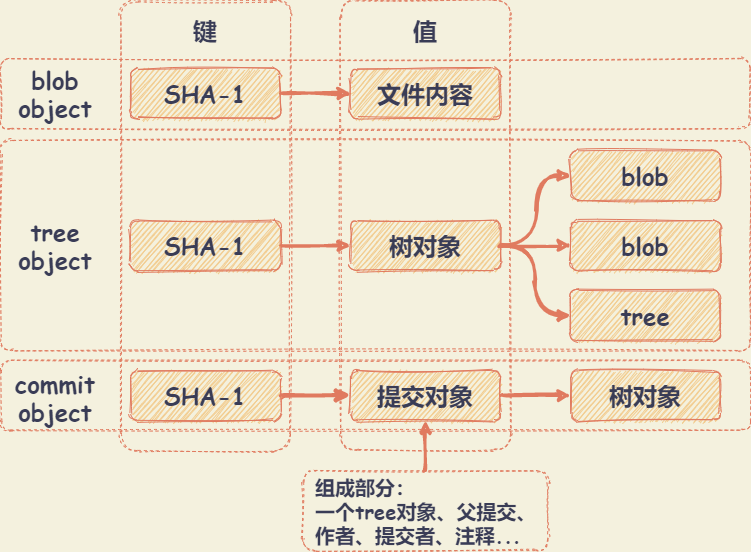
The draw.io diagram docs/git/files/images/gitobject.drawio.png in lrh21g/blogs, before a commit. Source tidied: cells renumbered, new cells last; positions are measured from the earlier drawing's top-left corner, leaving out a move shared by most shapes.
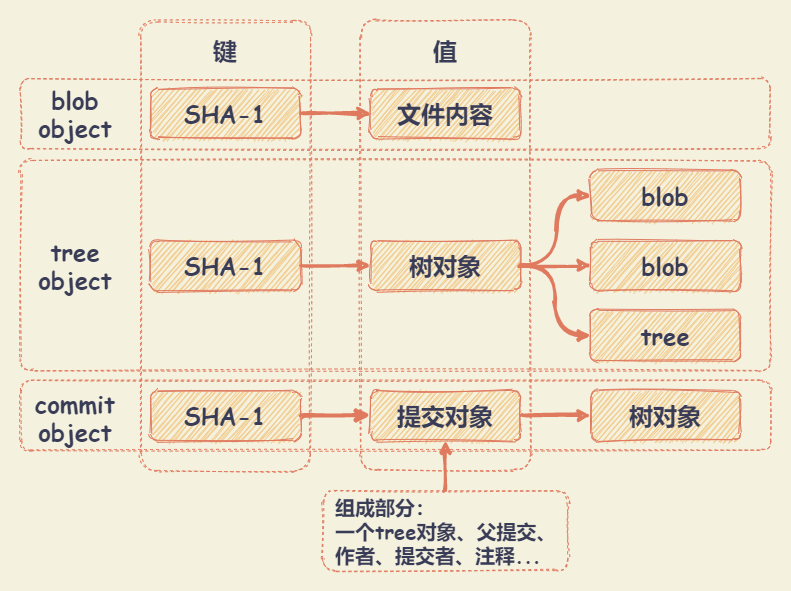
Above is the later version.

The edit, as a diff of the source:
```diff
@@ -89,5 +89,8 @@
     <mxCell id="30" value="组成部分：&lt;br&gt;一个tree对象、父提交、&lt;br style=&quot;font-size: 20px&quot;&gt;作者、提交者、注释..." style="whiteSpace=wrap;html=1;shadow=0;glass=0;dashed=1;labelBackgroundColor=none;strokeColor=#E07A5F;fontFamily=Comic Sans MS;fontSize=20;fontColor=#393C56;align=left;sketch=1;rounded=1;fillColor=none;fontStyle=1;spacingLeft=10;spacing=2;" parent="1" vertex="1">
       <mxGeometry x="302.5" y="470" width="245" height="80" as="geometry" />
     </mxCell>
+    <mxCell id="31" style="whiteSpace=wrap;html=1;fontSize=20;fontColor=#393C56;fillColor=none;strokeColor=none;sketch=1;rounded=1;" parent="1" vertex="1">
+      <mxGeometry x="-20" y="-20" width="790" height="590" as="geometry" />
+    </mxCell>
   </root>
 </mxGraphModel>
```
